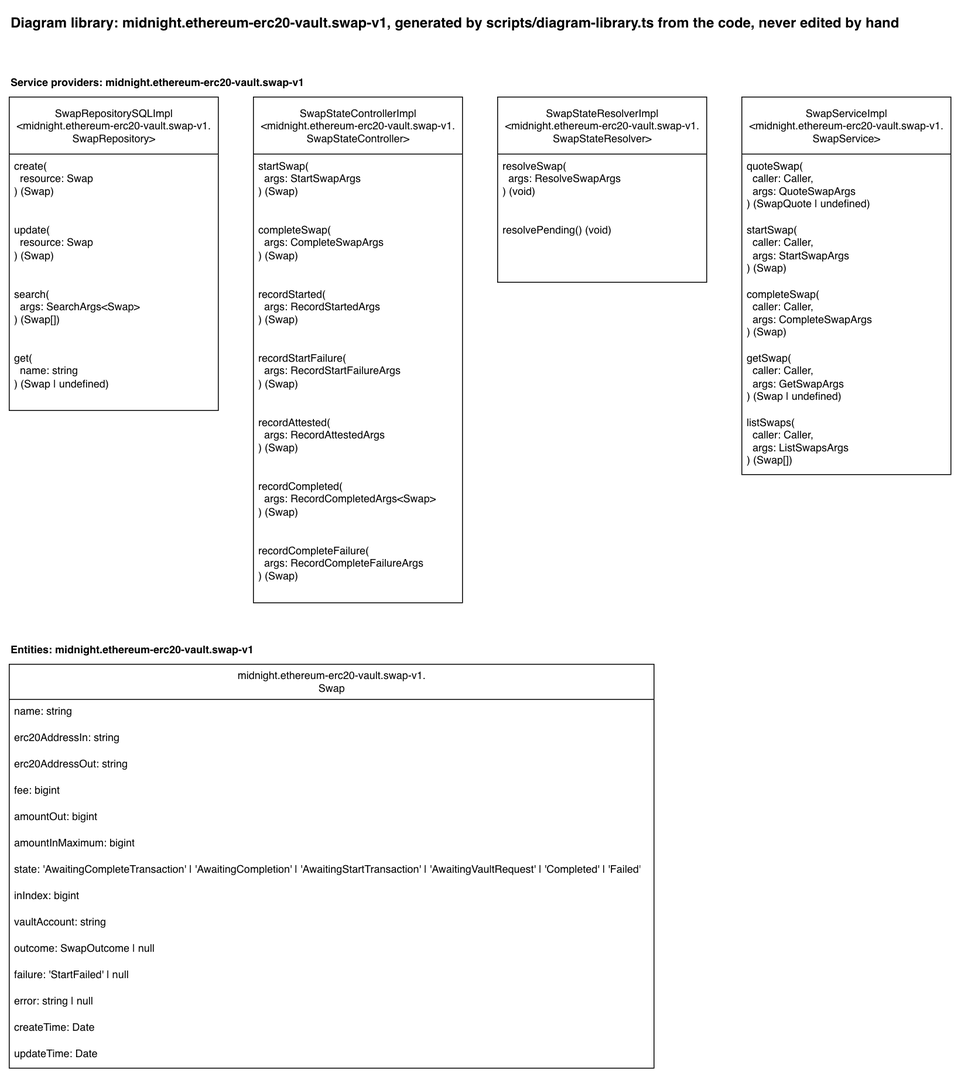
The draw.io diagram docs/diagram-library/midnight/ethereum-erc20-vault/swap-v1/diagram-library.drawio.png in sig-net/full-stack-demo, before a commit. Source tidied: cells renumbered, new cells last; positions are measured from the earlier drawing's top-left corner, leaving out a move shared by most shapes. Source of this version:
```xml
<mxGraphModel>
  <root>
    <mxCell id="0" />
    <mxCell id="1" parent="0" />
    <mxCell id="2" value="Diagram library: midnight.ethereum-erc20-vault.swap-v1, generated by scripts/diagram-library.ts from the code, never edited by hand" style="text;html=1;fontStyle=1;fontSize=16;" parent="1" vertex="1">
      <mxGeometry width="1054" height="30" as="geometry" />
    </mxCell>
    <mxCell id="3" value="Service providers: midnight.ethereum-erc20-vault.swap-v1" style="text;html=1;fontStyle=1;" parent="1" vertex="1">
      <mxGeometry y="70" width="362" height="20" as="geometry" />
    </mxCell>
    <mxCell id="4" value="SwapRepositorySQLImpl&lt;br&gt;&amp;lt;midnight.ethereum-erc20-vault.swap-v1.&lt;br&gt;SwapRepository&amp;gt;" style="swimlane;fontStyle=0;horizontal=1;startSize=65;fillColor=default;html=1;fillStyle=solid;" parent="1" vertex="1">
      <mxGeometry y="100" width="238" height="357" as="geometry" />
    </mxCell>
    <mxCell id="5" value="create(&lt;br&gt;&amp;nbsp; resource: Swap&lt;br&gt;) (Swap)" style="text;strokeColor=none;fillColor=none;align=left;verticalAlign=top;spacingLeft=4;spacingRight=4;overflow=hidden;whiteSpace=wrap;html=1;" parent="4" vertex="1">
      <mxGeometry y="65" width="238" height="73" as="geometry" />
    </mxCell>
    <mxCell id="6" value="update(&lt;br&gt;&amp;nbsp; resource: Swap&lt;br&gt;) (Swap)" style="text;strokeColor=none;fillColor=none;align=left;verticalAlign=top;spacingLeft=4;spacingRight=4;overflow=hidden;whiteSpace=wrap;html=1;" parent="4" vertex="1">
      <mxGeometry y="138" width="238" height="73" as="geometry" />
    </mxCell>
    <mxCell id="7" value="search(&lt;br&gt;&amp;nbsp; args: SearchArgs&amp;lt;Swap&amp;gt;&lt;br&gt;) (Swap[])" style="text;strokeColor=none;fillColor=none;align=left;verticalAlign=top;spacingLeft=4;spacingRight=4;overflow=hidden;whiteSpace=wrap;html=1;" parent="4" vertex="1">
      <mxGeometry y="211" width="238" height="73" as="geometry" />
    </mxCell>
    <mxCell id="8" value="get(&lt;br&gt;&amp;nbsp; name: string&lt;br&gt;) (Swap | undefined)" style="text;strokeColor=none;fillColor=none;align=left;verticalAlign=top;spacingLeft=4;spacingRight=4;overflow=hidden;whiteSpace=wrap;html=1;" parent="4" vertex="1">
      <mxGeometry y="284" width="238" height="73" as="geometry" />
    </mxCell>
    <mxCell id="9" value="SwapStateControllerImpl&lt;br&gt;&amp;lt;midnight.ethereum-erc20-vault.swap-v1.&lt;br&gt;SwapStateController&amp;gt;" style="swimlane;fontStyle=0;horizontal=1;startSize=65;fillColor=default;html=1;fillStyle=solid;" parent="1" vertex="1">
      <mxGeometry x="278" y="100" width="238" height="576" as="geometry" />
    </mxCell>
    <mxCell id="10" value="startSwap(&lt;br&gt;&amp;nbsp; args: StartSwapArgs&lt;br&gt;) (Swap)" style="text;strokeColor=none;fillColor=none;align=left;verticalAlign=top;spacingLeft=4;spacingRight=4;overflow=hidden;whiteSpace=wrap;html=1;" parent="9" vertex="1">
      <mxGeometry y="65" width="238" height="73" as="geometry" />
    </mxCell>
    <mxCell id="11" value="completeSwap(&lt;br&gt;&amp;nbsp; args: CompleteSwapArgs&lt;br&gt;) (Swap)" style="text;strokeColor=none;fillColor=none;align=left;verticalAlign=top;spacingLeft=4;spacingRight=4;overflow=hidden;whiteSpace=wrap;html=1;" parent="9" vertex="1">
      <mxGeometry y="138" width="238" height="73" as="geometry" />
    </mxCell>
    <mxCell id="12" value="recordStarted(&lt;br&gt;&amp;nbsp; args: RecordStartedArgs&lt;br&gt;) (Swap)" style="text;strokeColor=none;fillColor=none;align=left;verticalAlign=top;spacingLeft=4;spacingRight=4;overflow=hidden;whiteSpace=wrap;html=1;" parent="9" vertex="1">
      <mxGeometry y="211" width="238" height="73" as="geometry" />
    </mxCell>
    <mxCell id="13" value="recordStartFailure(&lt;br&gt;&amp;nbsp; args: RecordStartFailureArgs&lt;br&gt;) (Swap)" style="text;strokeColor=none;fillColor=none;align=left;verticalAlign=top;spacingLeft=4;spacingRight=4;overflow=hidden;whiteSpace=wrap;html=1;" parent="9" vertex="1">
      <mxGeometry y="284" width="238" height="73" as="geometry" />
    </mxCell>
    <mxCell id="14" value="recordAttested(&lt;br&gt;&amp;nbsp; args: RecordAttestedArgs&lt;br&gt;) (Swap)" style="text;strokeColor=none;fillColor=none;align=left;verticalAlign=top;spacingLeft=4;spacingRight=4;overflow=hidden;whiteSpace=wrap;html=1;" parent="9" vertex="1">
      <mxGeometry y="357" width="238" height="73" as="geometry" />
    </mxCell>
    <mxCell id="15" value="recordCompleted(&lt;br&gt;&amp;nbsp; args: RecordCompletedArgs&amp;lt;Swap&amp;gt;&lt;br&gt;) (Swap)" style="text;strokeColor=none;fillColor=none;align=left;verticalAlign=top;spacingLeft=4;spacingRight=4;overflow=hidden;whiteSpace=wrap;html=1;" parent="9" vertex="1">
      <mxGeometry y="430" width="238" height="73" as="geometry" />
    </mxCell>
    <mxCell id="16" value="recordCompleteFailure(&lt;br&gt;&amp;nbsp; args: RecordCompleteFailureArgs&lt;br&gt;) (Swap)" style="text;strokeColor=none;fillColor=none;align=left;verticalAlign=top;spacingLeft=4;spacingRight=4;overflow=hidden;whiteSpace=wrap;html=1;" parent="9" vertex="1">
      <mxGeometry y="503" width="238" height="73" as="geometry" />
    </mxCell>
    <mxCell id="17" value="SwapStateResolverImpl&lt;br&gt;&amp;lt;midnight.ethereum-erc20-vault.swap-v1.&lt;br&gt;SwapStateResolver&amp;gt;" style="swimlane;fontStyle=0;horizontal=1;startSize=65;fillColor=default;html=1;fillStyle=solid;" parent="1" vertex="1">
      <mxGeometry x="556" y="100" width="238" height="211" as="geometry" />
    </mxCell>
    <mxCell id="18" value="resolveSwap(&lt;br&gt;&amp;nbsp; args: ResolveSwapArgs&lt;br&gt;) (void)" style="text;strokeColor=none;fillColor=none;align=left;verticalAlign=top;spacingLeft=4;spacingRight=4;overflow=hidden;whiteSpace=wrap;html=1;" parent="17" vertex="1">
      <mxGeometry y="65" width="238" height="73" as="geometry" />
    </mxCell>
    <mxCell id="19" value="resolvePending() (void)" style="text;strokeColor=none;fillColor=none;align=left;verticalAlign=top;spacingLeft=4;spacingRight=4;overflow=hidden;whiteSpace=wrap;html=1;" parent="17" vertex="1">
      <mxGeometry y="138" width="238" height="73" as="geometry" />
    </mxCell>
    <mxCell id="20" value="SwapServiceImpl&lt;br&gt;&amp;lt;midnight.ethereum-erc20-vault.swap-v1.&lt;br&gt;SwapService&amp;gt;" style="swimlane;fontStyle=0;horizontal=1;startSize=65;fillColor=default;html=1;fillStyle=solid;" parent="1" vertex="1">
      <mxGeometry x="834" y="100" width="238" height="430" as="geometry" />
    </mxCell>
    <mxCell id="21" value="quoteSwap(&lt;br&gt;&amp;nbsp; caller: Caller,&lt;br&gt;&amp;nbsp; args: QuoteSwapArgs&lt;br&gt;) (SwapQuote | undefined)" style="text;strokeColor=none;fillColor=none;align=left;verticalAlign=top;spacingLeft=4;spacingRight=4;overflow=hidden;whiteSpace=wrap;html=1;" parent="20" vertex="1">
      <mxGeometry y="65" width="238" height="73" as="geometry" />
    </mxCell>
    <mxCell id="22" value="startSwap(&lt;br&gt;&amp;nbsp; caller: Caller,&lt;br&gt;&amp;nbsp; args: StartSwapArgs&lt;br&gt;) (Swap)" style="text;strokeColor=none;fillColor=none;align=left;verticalAlign=top;spacingLeft=4;spacingRight=4;overflow=hidden;whiteSpace=wrap;html=1;" parent="20" vertex="1">
      <mxGeometry y="138" width="238" height="73" as="geometry" />
    </mxCell>
    <mxCell id="23" value="completeSwap(&lt;br&gt;&amp;nbsp; caller: Caller,&lt;br&gt;&amp;nbsp; args: CompleteSwapArgs&lt;br&gt;) (Swap)" style="text;strokeColor=none;fillColor=none;align=left;verticalAlign=top;spacingLeft=4;spacingRight=4;overflow=hidden;whiteSpace=wrap;html=1;" parent="20" vertex="1">
      <mxGeometry y="211" width="238" height="73" as="geometry" />
    </mxCell>
    <mxCell id="24" value="getSwap(&lt;br&gt;&amp;nbsp; caller: Caller,&lt;br&gt;&amp;nbsp; args: GetSwapArgs&lt;br&gt;) (Swap | undefined)" style="text;strokeColor=none;fillColor=none;align=left;verticalAlign=top;spacingLeft=4;spacingRight=4;overflow=hidden;whiteSpace=wrap;html=1;" parent="20" vertex="1">
      <mxGeometry y="284" width="238" height="73" as="geometry" />
    </mxCell>
    <mxCell id="25" value="listSwaps(&lt;br&gt;&amp;nbsp; caller: Caller,&lt;br&gt;&amp;nbsp; args: ListSwapsArgs&lt;br&gt;) (Swap[])" style="text;strokeColor=none;fillColor=none;align=left;verticalAlign=top;spacingLeft=4;spacingRight=4;overflow=hidden;whiteSpace=wrap;html=1;" parent="20" vertex="1">
      <mxGeometry y="357" width="238" height="73" as="geometry" />
    </mxCell>
    <mxCell id="26" value="Entities: midnight.ethereum-erc20-vault.swap-v1" style="text;html=1;fontStyle=1;" parent="1" vertex="1">
      <mxGeometry y="716" width="303" height="20" as="geometry" />
    </mxCell>
    <mxCell id="27" value="midnight.ethereum-erc20-vault.swap-v1.&lt;br&gt;Swap" style="swimlane;fontStyle=0;horizontal=1;startSize=40;fillColor=default;html=1;fillStyle=solid;" parent="1" vertex="1">
      <mxGeometry y="746" width="734" height="460" as="geometry" />
    </mxCell>
    <mxCell id="28" value="name: string" style="text;strokeColor=none;fillColor=none;align=left;verticalAlign=top;spacingLeft=4;spacingRight=4;overflow=hidden;whiteSpace=wrap;html=1;" parent="27" vertex="1">
      <mxGeometry y="40" width="734" height="30" as="geometry" />
    </mxCell>
    <mxCell id="29" value="erc20AddressIn: string" style="text;strokeColor=none;fillColor=none;align=left;verticalAlign=top;spacingLeft=4;spacingRight=4;overflow=hidden;whiteSpace=wrap;html=1;" parent="27" vertex="1">
      <mxGeometry y="70" width="734" height="30" as="geometry" />
    </mxCell>
    <mxCell id="30" value="erc20AddressOut: string" style="text;strokeColor=none;fillColor=none;align=left;verticalAlign=top;spacingLeft=4;spacingRight=4;overflow=hidden;whiteSpace=wrap;html=1;" parent="27" vertex="1">
      <mxGeometry y="100" width="734" height="30" as="geometry" />
    </mxCell>
    <mxCell id="31" value="fee: bigint" style="text;strokeColor=none;fillColor=none;align=left;verticalAlign=top;spacingLeft=4;spacingRight=4;overflow=hidden;whiteSpace=wrap;html=1;" parent="27" vertex="1">
      <mxGeometry y="130" width="734" height="30" as="geometry" />
    </mxCell>
    <mxCell id="32" value="amountOut: bigint" style="text;strokeColor=none;fillColor=none;align=left;verticalAlign=top;spacingLeft=4;spacingRight=4;overflow=hidden;whiteSpace=wrap;html=1;" parent="27" vertex="1">
      <mxGeometry y="160" width="734" height="30" as="geometry" />
    </mxCell>
    <mxCell id="33" value="amountInMaximum: bigint" style="text;strokeColor=none;fillColor=none;align=left;verticalAlign=top;spacingLeft=4;spacingRight=4;overflow=hidden;whiteSpace=wrap;html=1;" parent="27" vertex="1">
      <mxGeometry y="190" width="734" height="30" as="geometry" />
    </mxCell>
    <mxCell id="34" value="state: 'AwaitingCompleteTransaction' | 'AwaitingCompletion' | 'AwaitingStartTransaction' | 'AwaitingVaultRequest' | 'Completed' | 'Failed'" style="text;strokeColor=none;fillColor=none;align=left;verticalAlign=top;spacingLeft=4;spacingRight=4;overflow=hidden;whiteSpace=wrap;html=1;" parent="27" vertex="1">
      <mxGeometry y="220" width="734" height="30" as="geometry" />
    </mxCell>
    <mxCell id="35" value="inIndex: bigint" style="text;strokeColor=none;fillColor=none;align=left;verticalAlign=top;spacingLeft=4;spacingRight=4;overflow=hidden;whiteSpace=wrap;html=1;" parent="27" vertex="1">
      <mxGeometry y="250" width="734" height="30" as="geometry" />
    </mxCell>
    <mxCell id="36" value="vaultAccount: string" style="text;strokeColor=none;fillColor=none;align=left;verticalAlign=top;spacingLeft=4;spacingRight=4;overflow=hidden;whiteSpace=wrap;html=1;" parent="27" vertex="1">
      <mxGeometry y="280" width="734" height="30" as="geometry" />
    </mxCell>
    <mxCell id="37" value="outcome: SwapOutcome | null" style="text;strokeColor=none;fillColor=none;align=left;verticalAlign=top;spacingLeft=4;spacingRight=4;overflow=hidden;whiteSpace=wrap;html=1;" parent="27" vertex="1">
      <mxGeometry y="310" width="734" height="30" as="geometry" />
    </mxCell>
    <mxCell id="38" value="failure: 'StartFailed' | null" style="text;strokeColor=none;fillColor=none;align=left;verticalAlign=top;spacingLeft=4;spacingRight=4;overflow=hidden;whiteSpace=wrap;html=1;" parent="27" vertex="1">
      <mxGeometry y="340" width="734" height="30" as="geometry" />
    </mxCell>
    <mxCell id="39" value="error: string | null" style="text;strokeColor=none;fillColor=none;align=left;verticalAlign=top;spacingLeft=4;spacingRight=4;overflow=hidden;whiteSpace=wrap;html=1;" parent="27" vertex="1">
      <mxGeometry y="370" width="734" height="30" as="geometry" />
    </mxCell>
    <mxCell id="40" value="createTime: Date" style="text;strokeColor=none;fillColor=none;align=left;verticalAlign=top;spacingLeft=4;spacingRight=4;overflow=hidden;whiteSpace=wrap;html=1;" parent="27" vertex="1">
      <mxGeometry y="400" width="734" height="30" as="geometry" />
    </mxCell>
    <mxCell id="41" value="updateTime: Date" style="text;strokeColor=none;fillColor=none;align=left;verticalAlign=top;spacingLeft=4;spacingRight=4;overflow=hidden;whiteSpace=wrap;html=1;" parent="27" vertex="1">
      <mxGeometry y="430" width="734" height="30" as="geometry" />
    </mxCell>
  </root>
</mxGraphModel>
```
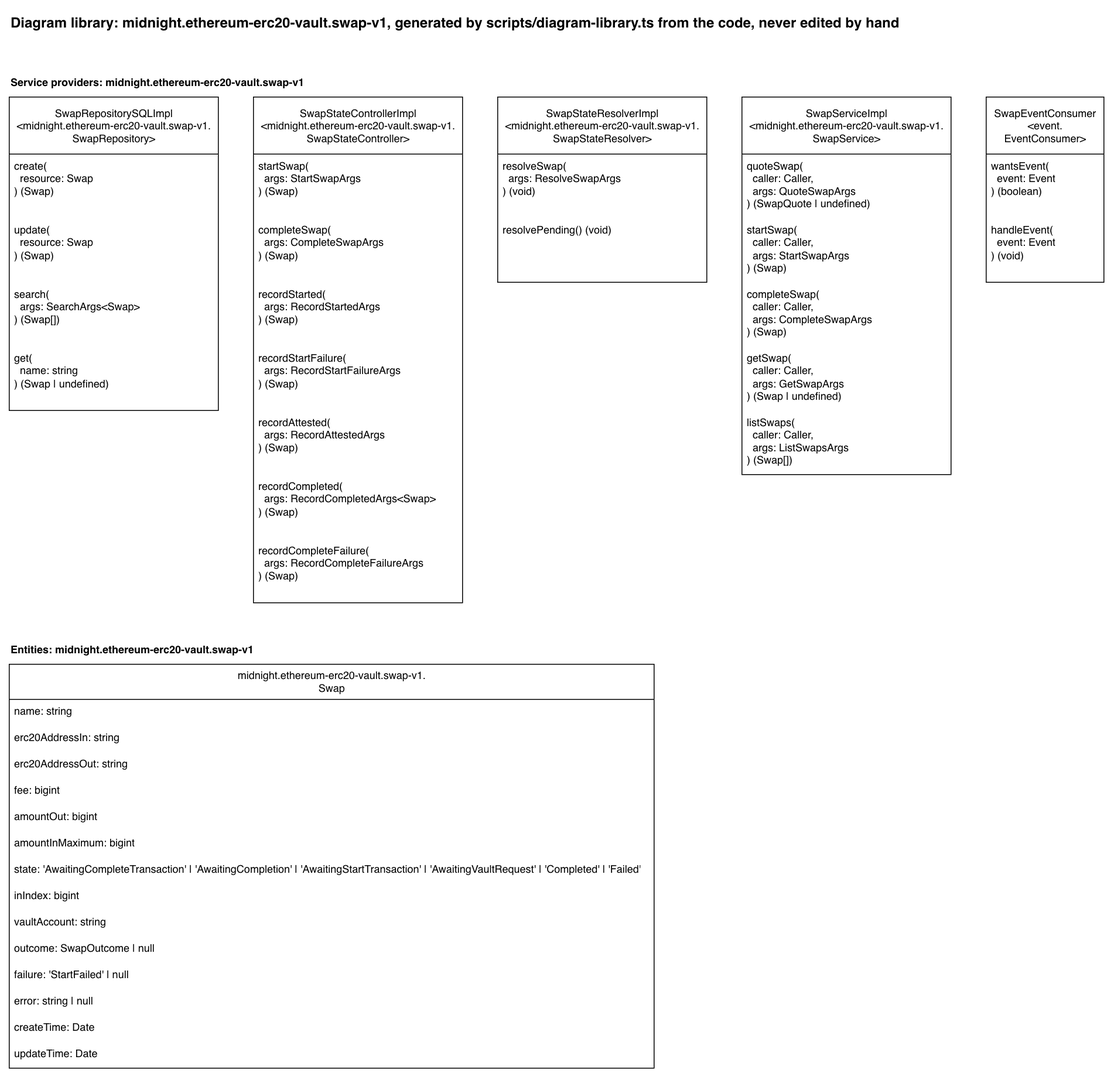
The same file after the commit.

The edit, as a diff of the source:
```diff
@@ -74,6 +74,15 @@
     <mxCell id="25" value="listSwaps(&lt;br&gt;&amp;nbsp; caller: Caller,&lt;br&gt;&amp;nbsp; args: ListSwapsArgs&lt;br&gt;) (Swap[])" style="text;strokeColor=none;fillColor=none;align=left;verticalAlign=top;spacingLeft=4;spacingRight=4;overflow=hidden;whiteSpace=wrap;html=1;" parent="20" vertex="1">
       <mxGeometry y="357" width="238" height="73" as="geometry" />
     </mxCell>
+    <mxCell id="42" value="SwapEventConsumer&lt;br&gt;&amp;lt;event.&lt;br&gt;EventConsumer&amp;gt;" style="swimlane;fontStyle=0;horizontal=1;startSize=65;fillColor=default;html=1;fillStyle=solid;" parent="1" vertex="1">
+      <mxGeometry x="1112" y="100" width="134" height="211" as="geometry" />
+    </mxCell>
+    <mxCell id="43" value="wantsEvent(&lt;br&gt;&amp;nbsp; event: Event&lt;br&gt;) (boolean)" style="text;strokeColor=none;fillColor=none;align=left;verticalAlign=top;spacingLeft=4;spacingRight=4;overflow=hidden;whiteSpace=wrap;html=1;" parent="42" vertex="1">
+      <mxGeometry y="65" width="134" height="73" as="geometry" />
+    </mxCell>
+    <mxCell id="44" value="handleEvent(&lt;br&gt;&amp;nbsp; event: Event&lt;br&gt;) (void)" style="text;strokeColor=none;fillColor=none;align=left;verticalAlign=top;spacingLeft=4;spacingRight=4;overflow=hidden;whiteSpace=wrap;html=1;" parent="42" vertex="1">
+      <mxGeometry y="138" width="134" height="73" as="geometry" />
+    </mxCell>
     <mxCell id="26" value="Entities: midnight.ethereum-erc20-vault.swap-v1" style="text;html=1;fontStyle=1;" parent="1" vertex="1">
       <mxGeometry y="716" width="303" height="20" as="geometry" />
     </mxCell>
```
